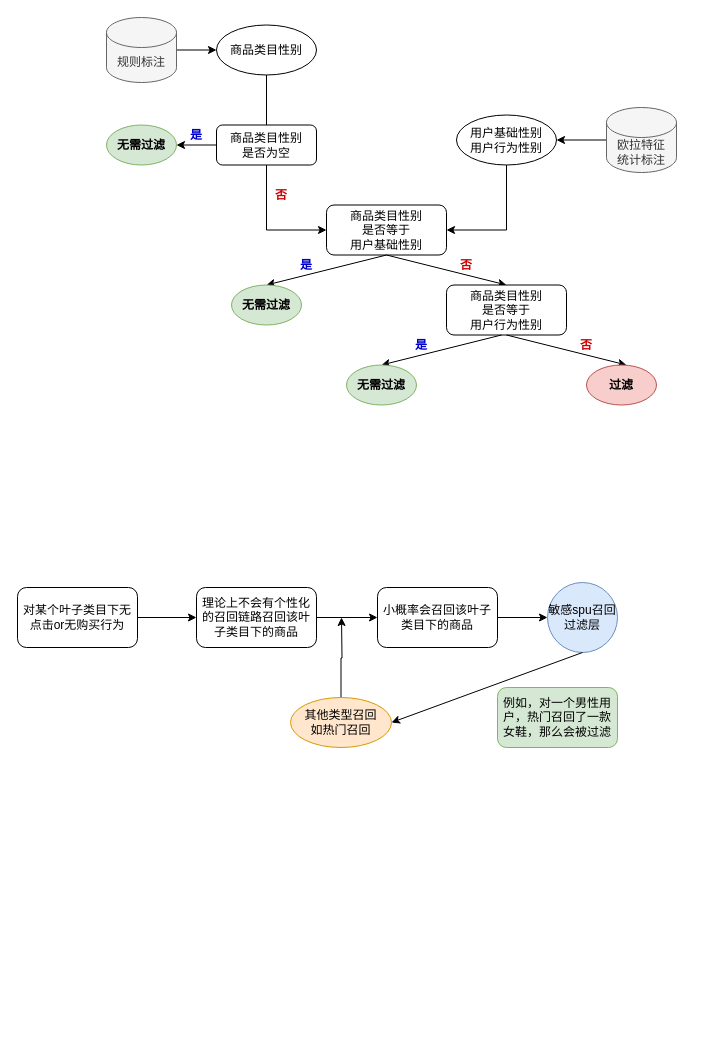
ChenPengyao/drawio keeps this draw.io diagram as 性别过滤.drawio. Above is the earlier version. Source tidied: cells renumbered, new cells numbered last; positions are measured from the earlier drawing's top-left corner, leaving out a move shared by most shapes. Both pictures are drawn from the tidied source at 100%, with x=0, y=0 at pixel (17, 17).
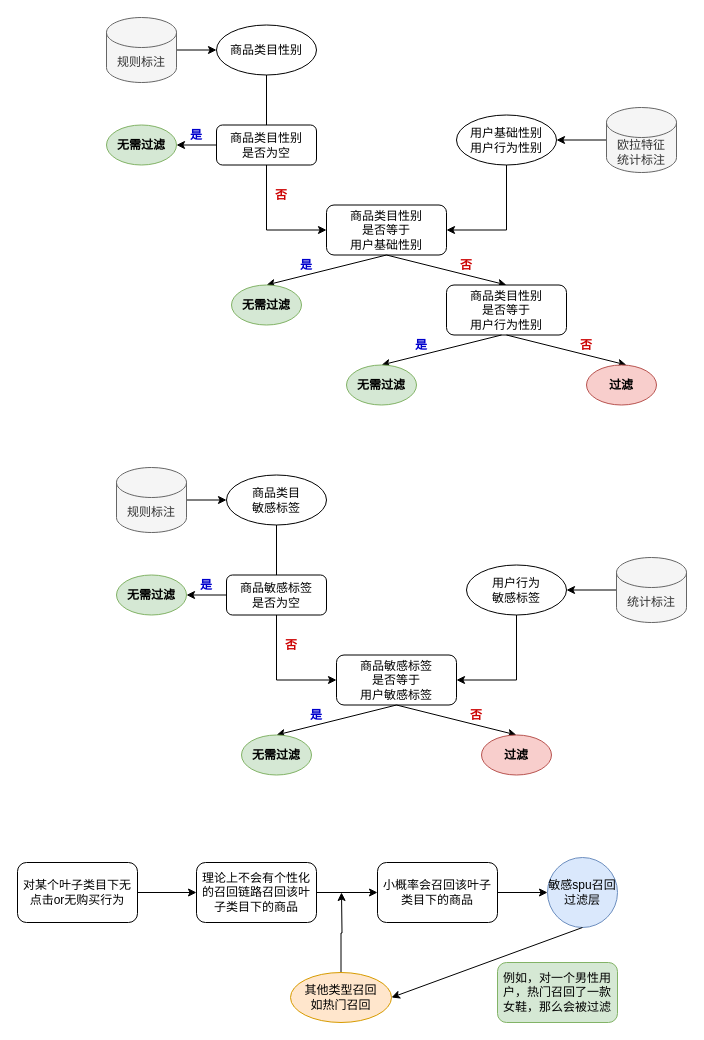
After the change.

Diff of the diagram source:
```diff
@@
     <mxCell id="29" value="对某个叶子类目下无点击or无购买行为" style="rounded=1;whiteSpace=wrap;html=1;" parent="1" vertex="1">
-      <mxGeometry y="570" width="120" height="60" as="geometry" />
+      <mxGeometry y="845" width="120" height="60" as="geometry" />
     </mxCell>
@@
     <mxCell id="31" value="理论上不会有个性化的召回链路召回该叶子类目下的商品" style="rounded=1;whiteSpace=wrap;html=1;" parent="1" vertex="1">
-      <mxGeometry x="179" y="570" width="120" height="60" as="geometry" />
+      <mxGeometry x="179" y="845" width="120" height="60" as="geometry" />
     </mxCell>
@@
     <mxCell id="33" value="小概率会召回该叶子类目下的商品" style="rounded=1;whiteSpace=wrap;html=1;" parent="1" vertex="1">
-      <mxGeometry x="360" y="570" width="120" height="60" as="geometry" />
+      <mxGeometry x="360" y="845" width="120" height="60" as="geometry" />
     </mxCell>
     <mxCell id="34" style="edgeStyle=orthogonalEdgeStyle;rounded=0;jettySize=auto;html=1;exitX=0.5;exitY=0;exitDx=0;exitDy=0;" parent="1" edge="1" source="35">
       <mxGeometry relative="1" as="geometry">
-        <mxPoint x="324" y="600" as="targetPoint" />
+        <mxPoint x="324" y="875" as="targetPoint" />
       </mxGeometry>
     </mxCell>
     <mxCell id="35" value="其他类型召回&lt;br&gt;如热门召回" style="ellipse;whiteSpace=wrap;html=1;fillColor=#ffe6cc;strokeColor=#d79b00;" parent="1" vertex="1">
-      <mxGeometry x="273" y="680" width="101" height="50" as="geometry" />
+      <mxGeometry x="273" y="955" width="101" height="50" as="geometry" />
     </mxCell>
     <mxCell id="36" value="例如，对一个男性用户，热门召回了一款女鞋，那么会被过滤" style="rounded=1;whiteSpace=wrap;html=1;fillColor=#d5e8d4;strokeColor=#82b366;" parent="1" vertex="1">
-      <mxGeometry x="480" y="670" width="120" height="60" as="geometry" />
+      <mxGeometry x="480" y="945" width="120" height="60" as="geometry" />
     </mxCell>
     <mxCell id="37" value="敏感spu召回过滤层" style="ellipse;whiteSpace=wrap;html=1;fillColor=#dae8fc;strokeColor=#6c8ebf;" parent="1" vertex="1">
-      <mxGeometry x="530" y="565" width="70" height="70" as="geometry" />
+      <mxGeometry x="530" y="840" width="70" height="70" as="geometry" />
     </mxCell>
@@
+    <mxCell id="39" style="edgeStyle=orthogonalEdgeStyle;rounded=0;jettySize=auto;html=1;exitX=0.5;exitY=1;exitDx=0;exitDy=0;entryX=0;entryY=0.5;entryDx=0;entryDy=0;" parent="1" edge="1" source="40" target="43">
+      <mxGeometry relative="1" as="geometry" />
+    </mxCell>
+    <mxCell id="40" value="商品类目&lt;br&gt;敏感标签" style="ellipse;whiteSpace=wrap;html=1;" parent="1" vertex="1">
+      <mxGeometry x="209" y="457.5" width="100" height="50" as="geometry" />
+    </mxCell>
+    <mxCell id="41" style="edgeStyle=orthogonalEdgeStyle;rounded=0;jettySize=auto;html=1;exitX=0.5;exitY=1;exitDx=0;exitDy=0;entryX=1;entryY=0.5;entryDx=0;entryDy=0;" parent="1" edge="1" source="42" target="43">
+      <mxGeometry relative="1" as="geometry" />
+    </mxCell>
+    <mxCell id="42" value="用户行为&lt;br&gt;敏感标签" style="ellipse;whiteSpace=wrap;html=1;" parent="1" vertex="1">
+      <mxGeometry x="449" y="547.5" width="100" height="50" as="geometry" />
+    </mxCell>
+    <mxCell id="43" value="商品敏感标签&lt;br&gt;是否等于&lt;br&gt;用户敏感标签" style="rounded=1;whiteSpace=wrap;html=1;" parent="1" vertex="1">
+      <mxGeometry x="319" y="637.5" width="120" height="50" as="geometry" />
+    </mxCell>
+    <mxCell id="44" style="endArrow=classic;html=1;exitX=0.5;exitY=1;exitDx=0;exitDy=0;" parent="1" edge="1" source="43">
+      <mxGeometry relative="1" as="geometry">
+        <mxPoint x="259" y="717.5" as="targetPoint" />
+      </mxGeometry>
+    </mxCell>
+    <mxCell id="45" style="endArrow=classic;html=1;exitX=0.5;exitY=1;exitDx=0;exitDy=0;" parent="1" edge="1" source="43">
+      <mxGeometry relative="1" as="geometry">
+        <mxPoint x="499" y="717.5" as="targetPoint" />
+      </mxGeometry>
+    </mxCell>
+    <mxCell id="46" value="是" style="text;html=1;strokeColor=none;fillColor=none;align=center;verticalAlign=middle;whiteSpace=wrap;rounded=0;fontColor=#0000CC;fontStyle=1;" parent="1" vertex="1">
+      <mxGeometry x="279" y="687.5" width="40" height="20" as="geometry" />
+    </mxCell>
+    <mxCell id="47" value="否" style="text;html=1;strokeColor=none;fillColor=none;align=center;verticalAlign=middle;whiteSpace=wrap;rounded=0;fontStyle=1;fontColor=#CC0000;" parent="1" vertex="1">
+      <mxGeometry x="439" y="687.5" width="40" height="20" as="geometry" />
+    </mxCell>
+    <mxCell id="48" value="无需过滤" style="ellipse;whiteSpace=wrap;html=1;fontStyle=1;fillColor=#d5e8d4;strokeColor=#82b366;" parent="1" vertex="1">
+      <mxGeometry x="224" y="717.5" width="70" height="40" as="geometry" />
+    </mxCell>
+    <mxCell id="49" style="edgeStyle=orthogonalEdgeStyle;rounded=0;jettySize=auto;html=1;exitX=0;exitY=0.5;exitDx=0;exitDy=0;fontColor=#000000;" parent="1" edge="1" source="50" target="52">
+      <mxGeometry relative="1" as="geometry" />
+    </mxCell>
+    <mxCell id="50" value="商品敏感标签&lt;br&gt;是否为空" style="rounded=1;whiteSpace=wrap;html=1;" parent="1" vertex="1">
+      <mxGeometry x="209" y="557.5" width="100" height="40" as="geometry" />
+    </mxCell>
+    <mxCell id="51" value="否" style="text;html=1;strokeColor=none;fillColor=none;align=center;verticalAlign=middle;whiteSpace=wrap;rounded=0;fontStyle=1;fontColor=#CC0000;" parent="1" vertex="1">
+      <mxGeometry x="254" y="617.5" width="40" height="20" as="geometry" />
+    </mxCell>
+    <mxCell id="52" value="无需过滤" style="ellipse;whiteSpace=wrap;html=1;fontStyle=1;fillColor=#d5e8d4;strokeColor=#82b366;" parent="1" vertex="1">
+      <mxGeometry x="99" y="557.5" width="70" height="40" as="geometry" />
+    </mxCell>
+    <mxCell id="53" value="是" style="text;html=1;strokeColor=none;fillColor=none;align=center;verticalAlign=middle;whiteSpace=wrap;rounded=0;fontColor=#0000CC;fontStyle=1;" parent="1" vertex="1">
+      <mxGeometry x="169" y="557.5" width="40" height="20" as="geometry" />
+    </mxCell>
+    <mxCell id="54" style="edgeStyle=orthogonalEdgeStyle;rounded=0;jettySize=auto;html=1;exitX=1;exitY=0.5;exitDx=0;exitDy=0;exitPerimeter=0;fontColor=#000000;" parent="1" edge="1" source="55" target="40">
+      <mxGeometry relative="1" as="geometry" />
+    </mxCell>
+    <mxCell id="55" value="规则标注" style="shape=cylinder3;whiteSpace=wrap;html=1;boundedLbl=1;backgroundOutline=1;size=15;fontColor=#333333;fillColor=#f5f5f5;strokeColor=#666666;" parent="1" vertex="1">
+      <mxGeometry x="99" y="450" width="70" height="65" as="geometry" />
+    </mxCell>
+    <mxCell id="56" style="edgeStyle=orthogonalEdgeStyle;rounded=0;jettySize=auto;html=1;exitX=0;exitY=0.5;exitDx=0;exitDy=0;exitPerimeter=0;entryX=1;entryY=0.5;entryDx=0;entryDy=0;fontColor=#000000;" parent="1" edge="1" source="57" target="42">
+      <mxGeometry relative="1" as="geometry" />
+    </mxCell>
+    <mxCell id="57" value="统计标注" style="shape=cylinder3;whiteSpace=wrap;html=1;boundedLbl=1;backgroundOutline=1;size=15;fontColor=#333333;fillColor=#f5f5f5;strokeColor=#666666;" parent="1" vertex="1">
+      <mxGeometry x="599" y="540" width="70" height="65" as="geometry" />
+    </mxCell>
+    <mxCell id="58" value="过滤" style="ellipse;whiteSpace=wrap;html=1;fontStyle=1;fillColor=#f8cecc;strokeColor=#b85450;" parent="1" vertex="1">
+      <mxGeometry x="464" y="717.5" width="70" height="40" as="geometry" />
+    </mxCell>
```
